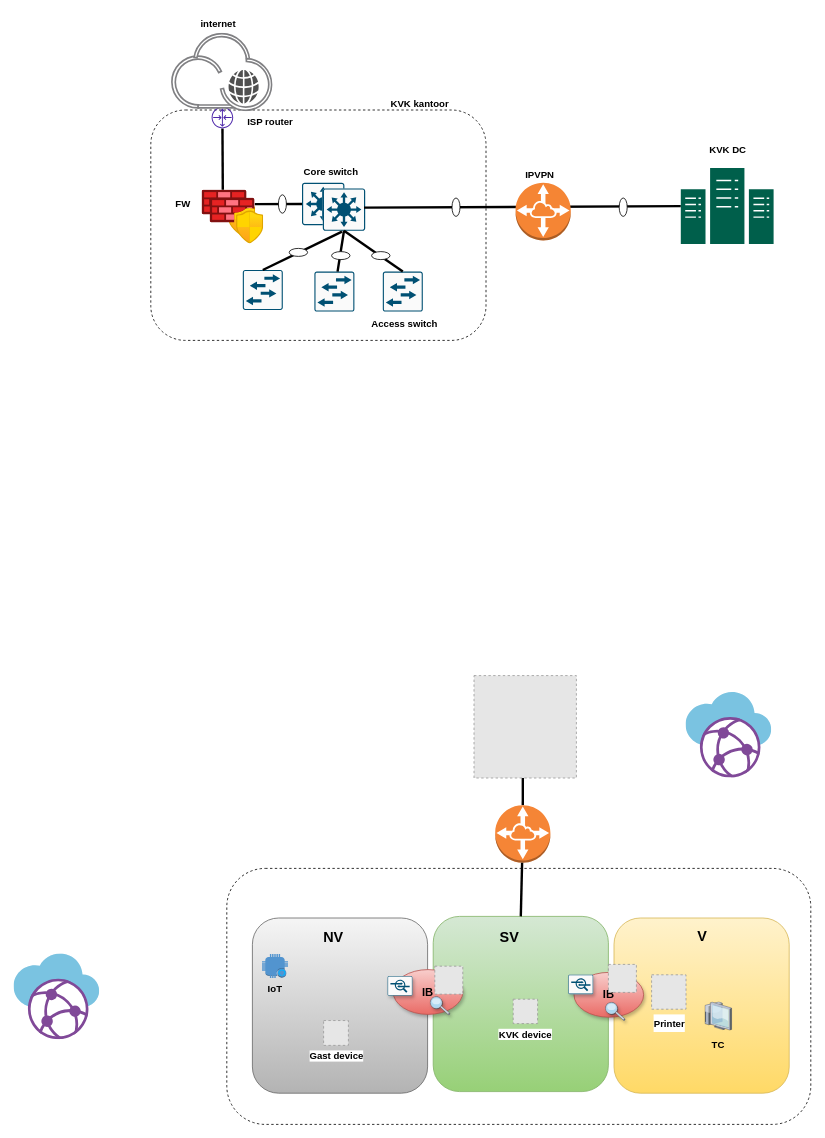
mhwwas/Terraform keeps this draw.io diagram as test.drawio. Above is the earlier version. Source tidied: cells renumbered, new cells numbered last; positions are measured from the earlier drawing's top-left corner, leaving out a move shared by most shapes. Both pictures are drawn from the tidied source at 80%, with x=0, y=0 at pixel (14, 14). Pictures stored in the file or linked from it are replaced by grey dashed boxes.
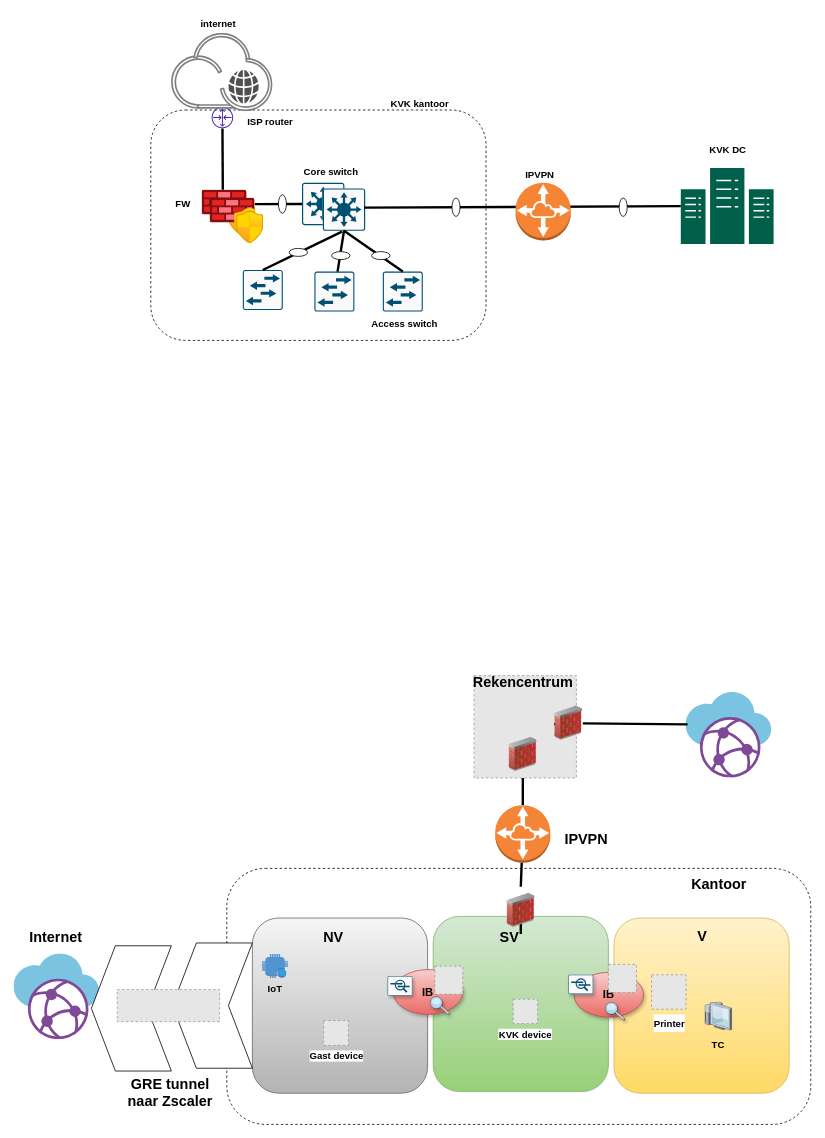
After the change.

The change refers to these unchanged cells:
```xml
<mxCell id="6" style="whiteSpace=wrap;html=1;fillColor=#d5e8d4;strokeColor=#82b366;rounded=1;gradientColor=#97d077;" parent="1" vertex="1">
  <mxGeometry x="524" y="1128" width="219" height="219" as="geometry" />
</mxCell>
<mxCell id="56" style="fillColor=#E6E6E6;strokeColor=#999999;dashed=1;html=1;verticalAlign=top;verticalLabelPosition=bottom;labelBackgroundColor=#ffffff;" parent="1" vertex="1">
  <mxGeometry x="575" y="827" width="128" height="128" as="geometry" />
</mxCell>
<mxCell id="57" style="outlineConnect=0;dashed=0;verticalLabelPosition=bottom;verticalAlign=top;align=center;html=1;shape=mxgraph.aws3.vpc_peering;fillColor=#F58536;gradientColor=none;" parent="1" vertex="1">
  <mxGeometry x="601.5" y="989" width="69" height="72" as="geometry" />
</mxCell>
```

Diff of the diagram source:
```diff
@@
-    <mxCell id="58" style="endArrow=none;html=1;rounded=0;exitX=0.5;exitY=0;exitDx=0;exitDy=0;strokeWidth=3;" parent="1" edge="1" source="6" target="57">
+    <mxCell id="58" style="endArrow=none;html=1;rounded=0;exitX=0.5;exitY=0;exitDx=0;exitDy=0;strokeWidth=3;startArrow=none;" parent="1" edge="1" source="74" target="57">
       <mxGeometry relative="1" as="geometry" />
     </mxCell>
@@
+    <mxCell id="61" value="&lt;font style=&quot;font-size: 18px;&quot;&gt;&lt;b&gt;Internet&lt;/b&gt;&lt;/font&gt;" style="text;html=1;align=center;verticalAlign=middle;fillColor=none;strokeColor=none;rounded=0;shadow=0;glass=0;sketch=0;" parent="1" vertex="1">
+      <mxGeometry x="10" y="1138" width="84" height="34" as="geometry" />
+    </mxCell>
+    <mxCell id="62" value="&lt;font style=&quot;font-size: 18px;&quot;&gt;&lt;b&gt;IPVPN&lt;/b&gt;&lt;/font&gt;" style="text;html=1;align=center;verticalAlign=middle;fillColor=none;strokeColor=none;rounded=0;shadow=0;glass=0;sketch=0;" parent="1" vertex="1">
+      <mxGeometry x="679" y="1015" width="72" height="34" as="geometry" />
+    </mxCell>
+    <mxCell id="63" value="&lt;font style=&quot;font-size: 18px;&quot;&gt;&lt;b&gt;Kantoor&lt;/b&gt;&lt;/font&gt;" style="text;html=1;align=center;verticalAlign=middle;fillColor=none;strokeColor=none;rounded=0;shadow=0;glass=0;sketch=0;" parent="1" vertex="1">
+      <mxGeometry x="837.5" y="1071" width="87" height="34" as="geometry" />
+    </mxCell>
+    <mxCell id="64" value="&lt;font style=&quot;font-size: 18px;&quot;&gt;&lt;b&gt;Rekencentrum&lt;/b&gt;&lt;/font&gt;" style="text;html=1;align=center;verticalAlign=middle;fillColor=none;strokeColor=none;rounded=0;shadow=0;glass=0;sketch=0;" parent="1" vertex="1">
+      <mxGeometry x="564.5" y="819" width="143" height="34" as="geometry" />
+    </mxCell>
+    <mxCell id="65" style="html=1;shadow=0;dashed=0;align=center;verticalAlign=middle;shape=mxgraph.arrows2.arrow;dy=0;dx=30;notch=30;rotation=-180;" parent="1" vertex="1">
+      <mxGeometry x="198" y="1161.2" width="100" height="156.6" as="geometry" />
+    </mxCell>
+    <mxCell id="66" style="html=1;shadow=0;dashed=0;align=center;verticalAlign=middle;shape=mxgraph.arrows2.arrow;dy=0;dx=30;notch=30;rotation=-180;" parent="1" vertex="1">
+      <mxGeometry x="96.7" y="1164.7" width="100" height="156.6" as="geometry" />
+    </mxCell>
+    <mxCell id="67" style="fillColor=#E6E6E6;strokeColor=#999999;dashed=1;verticalLabelPosition=bottom;labelBackgroundColor=default;verticalAlign=top;" parent="1" vertex="1">
+      <mxGeometry x="129" y="1219.5" width="128" height="40" as="geometry" />
+    </mxCell>
+    <mxCell id="68" style="endArrow=none;html=1;rounded=0;strokeWidth=3;startArrow=none;" parent="1" edge="1" source="73">
+      <mxGeometry relative="1" as="geometry">
+        <mxPoint x="842" y="888" as="targetPoint" />
+      </mxGeometry>
+    </mxCell>
+    <mxCell id="69" value="&lt;font style=&quot;font-size: 18px;&quot;&gt;&lt;b&gt;GRE tunnel&lt;br&gt;naar Zscaler&lt;br&gt;&lt;/b&gt;&lt;/font&gt;" style="text;html=1;align=center;verticalAlign=middle;fillColor=none;strokeColor=none;rounded=0;shadow=0;glass=0;sketch=0;" parent="1" vertex="1">
+      <mxGeometry x="133" y="1321.3" width="124" height="55" as="geometry" />
+    </mxCell>
+    <mxCell id="70" style="image;html=1;image=img/lib/clip_art/networking/Firewall_02_128x128.png;" parent="1" vertex="1">
+      <mxGeometry x="618" y="896" width="36" height="59" as="geometry" />
+    </mxCell>
+    <mxCell id="71" style="endArrow=none;html=1;rounded=0;exitX=0.5;exitY=0;exitDx=0;exitDy=0;strokeWidth=3;" parent="1" edge="1" source="6" target="74">
+      <mxGeometry relative="1" as="geometry" />
+    </mxCell>
+    <mxCell id="72" style="endArrow=none;html=1;rounded=0;strokeWidth=3;startArrow=none;" parent="1" edge="1" source="56" target="73">
+      <mxGeometry relative="1" as="geometry" />
+    </mxCell>
+    <mxCell id="73" style="image;html=1;image=img/lib/clip_art/networking/Firewall_02_128x128.png;" parent="1" vertex="1">
+      <mxGeometry x="675" y="857" width="36" height="59" as="geometry" />
+    </mxCell>
+    <mxCell id="74" style="image;html=1;image=img/lib/clip_art/networking/Firewall_02_128x128.png;" parent="1" vertex="1">
+      <mxGeometry x="615.5" y="1091" width="36" height="59" as="geometry" />
+    </mxCell>
```
